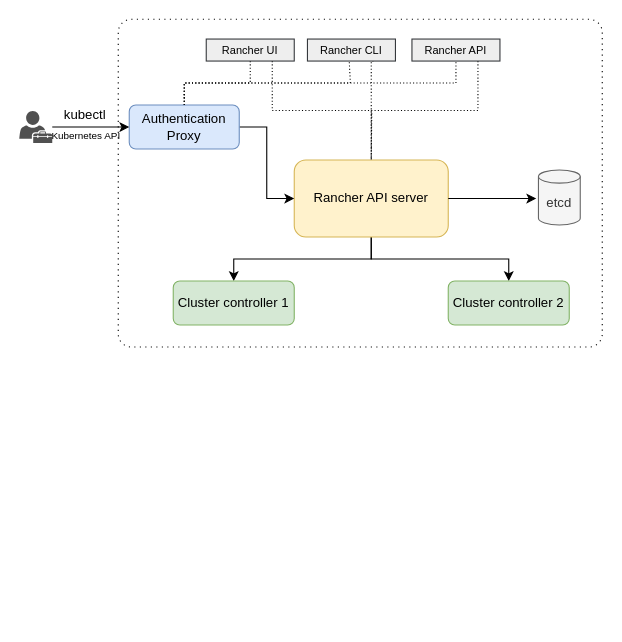
Above: rancher.drawio in jacmathew/jacmathew (draw.io), before the change. Source tidied: cells renumbered, new cells numbered last; positions are measured from the earlier drawing's top-left corner, leaving out a move shared by most shapes. Both pictures are drawn from the tidied source at 110%, with x=0, y=0 at pixel (19, 19).
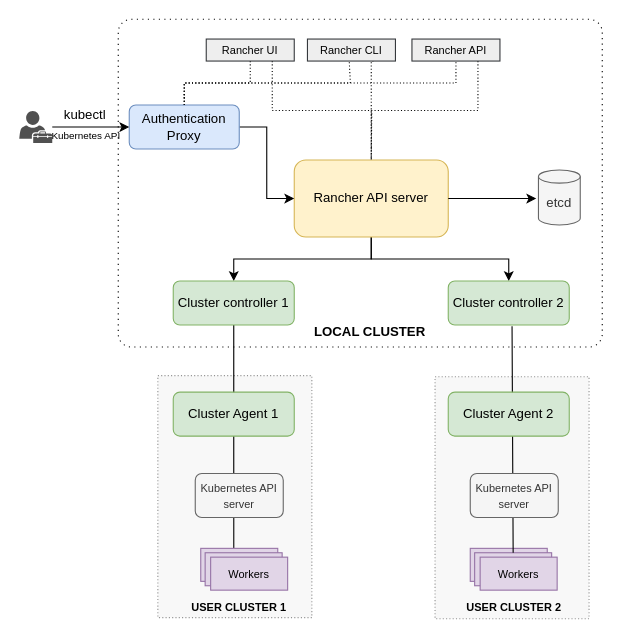
After the change.

Unchanged cells that the change refers to:
```xml
<mxCell id="10" value="Cluster controller 1" style="rounded=1;whiteSpace=wrap;html=1;fillColor=#d5e8d4;strokeColor=#82b366;" parent="1" vertex="1">
  <mxGeometry x="140" y="238" width="110" height="40" as="geometry" />
</mxCell>
```

Diff of the diagram source:
```diff
@@
+    <mxCell id="25" style="whiteSpace=wrap;html=1;dashed=1;dashPattern=1 2;strokeWidth=1;opacity=70;fillColor=#f5f5f5;fontColor=#333333;strokeColor=#666666;" parent="1" vertex="1">
+      <mxGeometry x="378" y="325" width="140" height="220" as="geometry" />
+    </mxCell>
+    <mxCell id="26" style="whiteSpace=wrap;html=1;dashed=1;dashPattern=1 2;strokeWidth=1;opacity=70;fillColor=#f5f5f5;fontColor=#333333;strokeColor=#666666;" parent="1" vertex="1">
+      <mxGeometry x="126" y="324" width="140" height="220" as="geometry" />
+    </mxCell>
-    <mxCell id="2" style="whiteSpace=wrap;html=1;dashed=1;dashPattern=1 4;gradientColor=none;fillColor=default;rounded=1;glass=0;shadow=0;arcSize=4;" parent="1" vertex="1">
+    <mxCell id="2" style="whiteSpace=wrap;html=1;dashed=1;dashPattern=1 4;gradientColor=none;fillColor=default;rounded=1;glass=0;shadow=0;arcSize=4;fillStyle=auto;" parent="1" vertex="1">
       <mxGeometry x="90" width="440" height="298" as="geometry" />
     </mxCell>
@@
+    <mxCell id="27" style="edgeStyle=orthogonalEdgeStyle;rounded=0;jettySize=auto;html=1;exitX=0.5;exitY=1;exitDx=0;exitDy=0;entryX=0.429;entryY=0;entryDx=0;entryDy=0;entryPerimeter=0;endArrow=none;endFill=0;" parent="1" edge="1" source="10" target="31">
+      <mxGeometry relative="1" as="geometry" />
+    </mxCell>
@@
+    <mxCell id="28" value="Cluster Agent 1" style="rounded=1;whiteSpace=wrap;html=1;fillColor=#d5e8d4;strokeColor=#82b366;" parent="1" vertex="1">
+      <mxGeometry x="140" y="339" width="110" height="40" as="geometry" />
+    </mxCell>
+    <mxCell id="29" value="&lt;font style=&quot;font-size: 10px;&quot;&gt;Kubernetes API server&lt;/font&gt;" style="rounded=1;whiteSpace=wrap;html=1;fillColor=#f5f5f5;fontColor=#333333;strokeColor=#666666;" parent="1" vertex="1">
+      <mxGeometry x="160" y="413" width="80" height="40" as="geometry" />
+    </mxCell>
+    <mxCell id="30" style="group;" parent="1" vertex="1">
+      <mxGeometry x="165" y="481" width="79" height="38" as="geometry" />
+    </mxCell>
+    <mxCell id="31" style="rounded=0;whiteSpace=wrap;html=1;fillColor=#e1d5e7;strokeColor=#9673a6;" parent="30" vertex="1">
+      <mxGeometry width="70" height="30" as="geometry" />
+    </mxCell>
+    <mxCell id="32" style="rounded=0;whiteSpace=wrap;html=1;fillColor=#e1d5e7;strokeColor=#9673a6;" parent="30" vertex="1">
+      <mxGeometry x="4" y="4" width="70" height="30" as="geometry" />
+    </mxCell>
+    <mxCell id="33" value="&lt;font style=&quot;font-size: 10px;&quot;&gt;Workers&lt;/font&gt;" style="rounded=0;whiteSpace=wrap;html=1;fillColor=#e1d5e7;strokeColor=#9673a6;" parent="30" vertex="1">
+      <mxGeometry x="9" y="8" width="70" height="30" as="geometry" />
+    </mxCell>
+    <mxCell id="34" style="group;" parent="1" vertex="1">
+      <mxGeometry x="410" y="481" width="79" height="38" as="geometry" />
+    </mxCell>
+    <mxCell id="35" style="rounded=0;whiteSpace=wrap;html=1;fillColor=#e1d5e7;strokeColor=#9673a6;" parent="34" vertex="1">
+      <mxGeometry width="70" height="30" as="geometry" />
+    </mxCell>
+    <mxCell id="36" style="rounded=0;whiteSpace=wrap;html=1;fillColor=#e1d5e7;strokeColor=#9673a6;" parent="34" vertex="1">
+      <mxGeometry x="4" y="4" width="70" height="30" as="geometry" />
+    </mxCell>
+    <mxCell id="37" value="&lt;font style=&quot;font-size: 10px;&quot;&gt;Workers&lt;/font&gt;" style="rounded=0;whiteSpace=wrap;html=1;fillColor=#e1d5e7;strokeColor=#9673a6;" parent="34" vertex="1">
+      <mxGeometry x="9" y="8" width="70" height="30" as="geometry" />
+    </mxCell>
+    <mxCell id="38" style="edgeStyle=orthogonalEdgeStyle;rounded=0;jettySize=auto;html=1;exitX=0.5;exitY=1;exitDx=0;exitDy=0;entryX=0.5;entryY=0;entryDx=0;entryDy=0;endArrow=none;endFill=0;" parent="1" edge="1" target="36">
+      <mxGeometry relative="1" as="geometry">
+        <mxPoint x="448" y="279" as="sourcePoint" />
+      </mxGeometry>
+    </mxCell>
+    <mxCell id="39" value="&lt;font style=&quot;font-size: 10px;&quot;&gt;Kubernetes API server&lt;/font&gt;" style="rounded=1;whiteSpace=wrap;html=1;fillColor=#f5f5f5;fontColor=#333333;strokeColor=#666666;" parent="1" vertex="1">
+      <mxGeometry x="410" y="413" width="80" height="40" as="geometry" />
+    </mxCell>
+    <mxCell id="40" value="LOCAL CLUSTER" style="text;html=1;strokeColor=none;fillColor=none;align=center;verticalAlign=middle;whiteSpace=wrap;rounded=0;fontStyle=1;" parent="1" vertex="1">
+      <mxGeometry x="264" y="269" width="110" height="30" as="geometry" />
+    </mxCell>
+    <mxCell id="41" value="Cluster Agent 2" style="rounded=1;whiteSpace=wrap;html=1;fillColor=#d5e8d4;strokeColor=#82b366;" parent="1" vertex="1">
+      <mxGeometry x="390" y="339" width="110" height="40" as="geometry" />
+    </mxCell>
+    <mxCell id="42" value="&lt;font style=&quot;font-size: 10px;&quot;&gt;USER CLUSTER 1&lt;/font&gt;" style="text;html=1;strokeColor=none;fillColor=none;align=center;verticalAlign=middle;whiteSpace=wrap;rounded=0;fontStyle=1;" parent="1" vertex="1">
+      <mxGeometry x="145" y="519" width="110" height="30" as="geometry" />
+    </mxCell>
+    <mxCell id="43" value="&lt;font style=&quot;font-size: 10px;&quot;&gt;USER CLUSTER 2&lt;/font&gt;" style="text;html=1;strokeColor=none;fillColor=none;align=center;verticalAlign=middle;whiteSpace=wrap;rounded=0;fontStyle=1;" parent="1" vertex="1">
+      <mxGeometry x="395" y="519" width="110" height="30" as="geometry" />
+    </mxCell>
```
